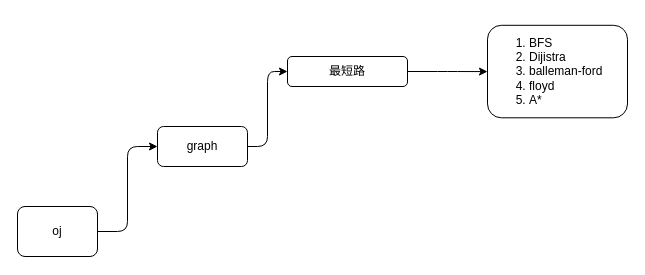
wxquare/wxquare.github.io keeps this draw.io diagram as source/diagrams/leetcode.drawio. Above is the earlier version. Source tidied: cells renumbered, new cells numbered last; positions are measured from the earlier drawing's top-left corner, leaving out a move shared by most shapes. Both pictures are drawn from the tidied source at 100%, with x=0, y=0 at pixel (17, 25).
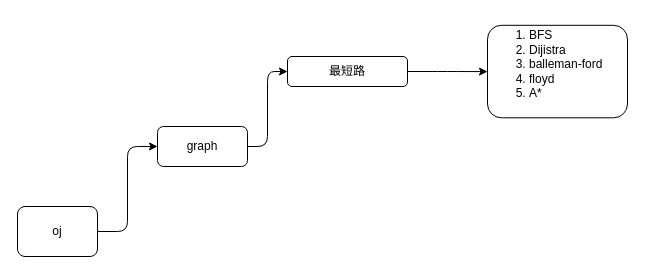
The same diagram, later.

Change to the diagram source:
```diff
@@
 <mxGraphModel>
   <root>
     <mxCell id="0" />
     <mxCell id="1" parent="0" />
     <mxCell id="2" style="edgeStyle=orthogonalEdgeStyle;rounded=1;jettySize=auto;html=1;exitX=1;exitY=0.5;exitDx=0;exitDy=0;entryX=0;entryY=0.5;entryDx=0;entryDy=0;" parent="1" edge="1" source="3" target="5">
       <mxGeometry relative="1" as="geometry" />
     </mxCell>
     <mxCell id="3" value="oj" style="rounded=1;whiteSpace=wrap;html=1;" parent="1" vertex="1">
       <mxGeometry y="181" width="80" height="50" as="geometry" />
     </mxCell>
     <mxCell id="4" style="edgeStyle=orthogonalEdgeStyle;rounded=1;jettySize=auto;html=1;exitX=1;exitY=0.5;exitDx=0;exitDy=0;entryX=0;entryY=0.5;entryDx=0;entryDy=0;" parent="1" edge="1" source="5" target="7">
       <mxGeometry relative="1" as="geometry" />
     </mxCell>
     <mxCell id="5" value="graph" style="rounded=1;whiteSpace=wrap;html=1;" parent="1" vertex="1">
       <mxGeometry x="140" y="101" width="90" height="40" as="geometry" />
     </mxCell>
     <mxCell id="6" style="edgeStyle=orthogonalEdgeStyle;rounded=1;jettySize=auto;html=1;exitX=1;exitY=0.5;exitDx=0;exitDy=0;" parent="1" edge="1" source="7" target="8">
       <mxGeometry relative="1" as="geometry" />
     </mxCell>
     <mxCell id="7" value="最短路" style="rounded=1;whiteSpace=wrap;html=1;" parent="1" vertex="1">
       <mxGeometry x="270" y="31" width="120" height="30" as="geometry" />
     </mxCell>
-    <mxCell id="8" value="&lt;ol&gt;&lt;li&gt;BFS&lt;/li&gt;&lt;li&gt;Dijistra&lt;/li&gt;&lt;li&gt;balleman-ford&lt;/li&gt;&lt;li&gt;floyd&lt;/li&gt;&lt;li&gt;A*&lt;/li&gt;&lt;/ol&gt;" style="rounded=1;whiteSpace=wrap;html=1;align=left;" parent="1" vertex="1">
+    <mxCell id="8" value="&lt;ol&gt;&lt;li&gt;BFS&lt;/li&gt;&lt;li&gt;Dijistra&lt;/li&gt;&lt;li&gt;balleman-ford&lt;/li&gt;&lt;li&gt;floyd&lt;/li&gt;&lt;li&gt;A*&lt;/li&gt;&lt;/ol&gt;&lt;div&gt;&lt;br&gt;&lt;/div&gt;" style="rounded=1;whiteSpace=wrap;html=1;align=left;" parent="1" vertex="1">
       <mxGeometry x="470" y="-0.2" width="140" height="92.5" as="geometry" />
     </mxCell>
   </root>
 </mxGraphModel>
```
